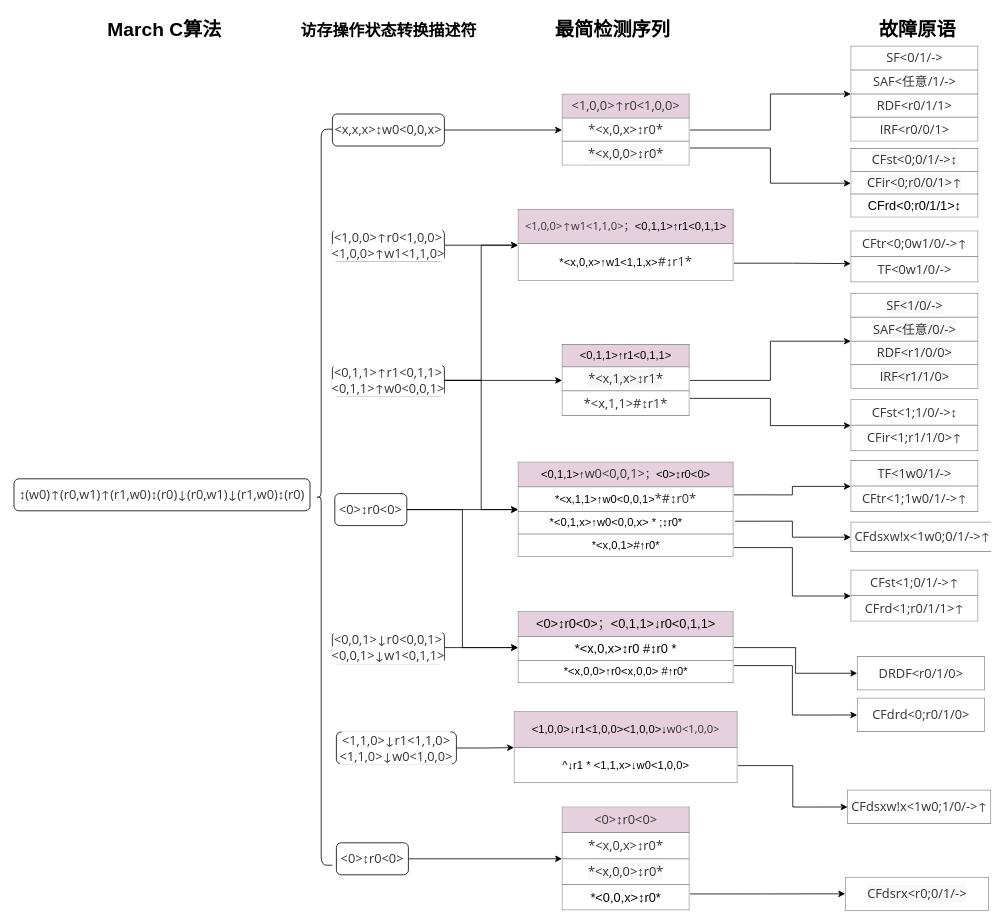
The draw.io diagram doc/march c检测故障.drawio in shanshan-lu/homwork, before the edit. Source tidied: cells renumbered, new cells numbered last; positions are measured from the earlier drawing's top-left corner, leaving out a move shared by most shapes. Both pictures are drawn from the tidied source at 80%, with x=0, y=0 at pixel (14, 14).
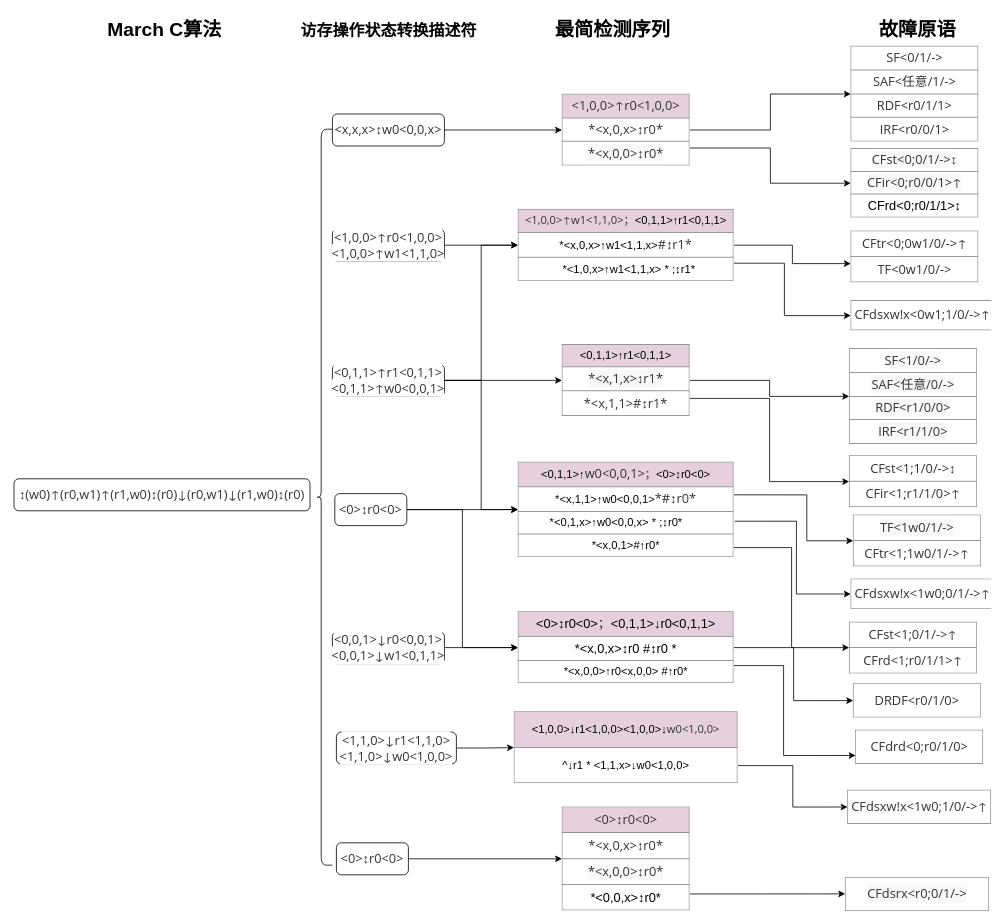
After the change.

Commit message (it also covers changes not shown here):
更新march c检测故障.drawio

Unchanged cells that the change refers to:
```xml
<mxCell id="15" value="&lt;table border=&quot;1&quot; width=&quot;100%&quot; height=&quot;100%&quot; cellpadding=&quot;4&quot; style=&quot;width: 100%; height: 100%; border-collapse: collapse; font-size: 14px;&quot;&gt;&lt;tbody&gt;&lt;tr&gt;&lt;th style=&quot;background-color: rgb(230, 208, 222);&quot; align=&quot;center&quot;&gt;&lt;font style=&quot;font-size: 14px;&quot;&gt;&lt;span style=&quot;font-weight: normal;&quot;&gt;&amp;lt;0,1,1&amp;gt;↑&lt;span style=&quot;color: rgb(51, 51, 51); font-family: &amp;quot;Open Sans&amp;quot;, &amp;quot;Clear Sans&amp;quot;, &amp;quot;Helvetica Neue&amp;quot;, Helvetica, Arial, sans-serif; font-size: 16px; orphans: 4; text-align: left;&quot;&gt;w0&amp;lt;0,0,1&amp;gt;&lt;/span&gt;&lt;/span&gt;&lt;span style=&quot;font-weight: 400; color: rgb(51, 51, 51); font-family: &amp;quot;Open Sans&amp;quot;, &amp;quot;Clear Sans&amp;quot;, &amp;quot;Helvetica Neue&amp;quot;, Helvetica, Arial, sans-serif; orphans: 4; text-align: left;&quot;&gt;；&lt;/span&gt;&lt;/font&gt;&lt;span style=&quot;font-weight: normal;&quot;&gt;&amp;lt;0&amp;gt;↕r0&amp;lt;0&amp;gt;&lt;/span&gt;&lt;br&gt;&lt;/th&gt;&lt;/tr&gt;&lt;tr&gt;&lt;td align=&quot;center&quot;&gt;*&amp;lt;x,1,1&amp;gt;↑w0&amp;lt;0,0,1&amp;gt;&lt;span style=&quot;box-sizing: border-box; color: rgb(51, 51, 51); font-family: &amp;quot;Open Sans&amp;quot;, &amp;quot;Clear Sans&amp;quot;, &amp;quot;Helvetica Neue&amp;quot;, Helvetica, Arial, sans-serif; font-size: 16px; text-align: left; background-color: rgb(255, 255, 255);&quot;&gt;*&lt;/span&gt;&lt;span style=&quot;box-sizing: border-box; color: rgb(51, 51, 51); font-family: &amp;quot;Open Sans&amp;quot;, &amp;quot;Clear Sans&amp;quot;, &amp;quot;Helvetica Neue&amp;quot;, Helvetica, Arial, sans-serif; font-size: 16px; text-align: left; background-color: rgb(255, 255, 255);&quot; class=&quot;md-plain&quot;&gt;#↕r0&lt;/span&gt;&lt;span style=&quot;box-sizing: border-box; color: rgb(51, 51, 51); font-family: &amp;quot;Open Sans&amp;quot;, &amp;quot;Clear Sans&amp;quot;, &amp;quot;Helvetica Neue&amp;quot;, Helvetica, Arial, sans-serif; font-size: 16px; text-align: left; background-color: rgb(255, 255, 255);&quot;&gt;*&lt;/span&gt;&lt;b&gt;&lt;br&gt;&lt;/b&gt;&lt;/td&gt;&lt;/tr&gt;&lt;tr&gt;&lt;td&gt;&amp;nbsp; &amp;nbsp; &amp;nbsp; &amp;nbsp; &amp;nbsp;*&amp;lt;0,1,x&amp;gt;↑w0&amp;lt;0,0,x&amp;gt; * ;↕r0*&lt;br&gt;&lt;/td&gt;&lt;/tr&gt;&lt;tr&gt;&lt;td style=&quot;text-align: center;&quot;&gt;*&amp;lt;x,0,1&amp;gt;#↑r0*&lt;br&gt;&lt;/td&gt;&lt;/tr&gt;&lt;/tbody&gt;&lt;/table&gt;" style="text;html=1;strokeColor=none;fillColor=none;overflow=fill;rounded=1;glass=0;arcSize=27;" parent="1" vertex="1">
  <mxGeometry x="630" y="560" width="270" height="119" as="geometry" />
</mxCell>
<mxCell id="18" value="&lt;table border=&quot;1&quot; width=&quot;100%&quot; height=&quot;100%&quot; cellpadding=&quot;4&quot; style=&quot;width: 100%; height: 100%; border-collapse: collapse; font-size: 14px;&quot;&gt;&lt;tbody&gt;&lt;tr style=&quot;font-size: 16px;&quot;&gt;&lt;th style=&quot;background-color: rgb(230, 208, 222);&quot; align=&quot;center&quot;&gt;&lt;span style=&quot;font-weight: normal;&quot;&gt;&lt;font style=&quot;font-size: 16px;&quot;&gt;&amp;lt;0&amp;gt;↕r0&amp;lt;0&amp;gt;&lt;span style=&quot;color: rgb(51, 51, 51); font-family: &amp;quot;Open Sans&amp;quot;, &amp;quot;Clear Sans&amp;quot;, &amp;quot;Helvetica Neue&amp;quot;, Helvetica, Arial, sans-serif; orphans: 4; text-align: left;&quot;&gt;；&lt;/span&gt;&lt;/font&gt;&amp;lt;0,1,1&amp;gt;↓r0&amp;lt;0,1,1&amp;gt;&lt;/span&gt;&lt;br&gt;&lt;/th&gt;&lt;/tr&gt;&lt;tr&gt;&lt;td align=&quot;center&quot;&gt;&lt;font style=&quot;font-size: 16px;&quot;&gt;*&amp;lt;x,0,x&amp;gt;↕r0 #↕r0 *&lt;/font&gt;&lt;br&gt;&lt;/td&gt;&lt;/tr&gt;&lt;tr&gt;&lt;td style=&quot;text-align: center;&quot;&gt;*&amp;lt;x,0,0&amp;gt;↑r0&amp;lt;x,0,0&amp;gt; #↑r0*&lt;br&gt;&lt;/td&gt;&lt;/tr&gt;&lt;/tbody&gt;&lt;/table&gt;" style="text;html=1;strokeColor=none;fillColor=none;overflow=fill;rounded=1;glass=0;arcSize=27;" parent="1" vertex="1">
  <mxGeometry x="630" y="747" width="270" height="90" as="geometry" />
</mxCell>
<mxCell id="45" value="&lt;table border=&quot;1&quot; width=&quot;100%&quot; height=&quot;100%&quot; cellpadding=&quot;4&quot; style=&quot;width: 100%; height: 100%; border-collapse: collapse; background-color: rgb(255, 255, 255);&quot;&gt;&lt;tbody&gt;&lt;tr&gt;&lt;th style=&quot;text-align: center;&quot;&gt;&lt;font face=&quot;Open Sans, Clear Sans, Helvetica Neue, Helvetica, Arial, sans-serif&quot; color=&quot;#333333&quot;&gt;&lt;span style=&quot;font-size: 16px; font-weight: 400;&quot;&gt;CFtr&amp;lt;0;0w1/0/-&amp;gt;↑&lt;/span&gt;&lt;/font&gt;&lt;br&gt;&lt;/th&gt;&lt;/tr&gt;&lt;tr&gt;&lt;td style=&quot;&quot; align=&quot;center&quot;&gt;&lt;span style=&quot;color: rgb(51, 51, 51); font-family: &amp;quot;Open Sans&amp;quot;, &amp;quot;Clear Sans&amp;quot;, &amp;quot;Helvetica Neue&amp;quot;, Helvetica, Arial, sans-serif; font-size: 16px; text-align: left;&quot;&gt;TF&amp;lt;0w1/0/-&amp;gt;&lt;/span&gt;&lt;br&gt;&lt;/td&gt;&lt;/tr&gt;&lt;/tbody&gt;&lt;/table&gt;" style="text;html=1;overflow=fill;rounded=1;glass=0;labelBackgroundColor=#E6D0DE;fontSize=14;" parent="1" vertex="1">
  <mxGeometry x="1046" y="271" width="160" height="65" as="geometry" />
</mxCell>
```

What changed in the source:
```diff
@@
-    <mxCell id="5" style="edgeStyle=orthogonalEdgeStyle;rounded=0;jettySize=auto;html=1;exitX=1;exitY=0.75;exitDx=0;exitDy=0;entryX=0;entryY=0.631;entryDx=0;entryDy=0;entryPerimeter=0;" parent="1" edge="1" source="6" target="45">
+    <mxCell id="5" style="edgeStyle=orthogonalEdgeStyle;rounded=0;jettySize=auto;html=1;exitX=1;exitY=0.5;exitDx=0;exitDy=0;entryX=0;entryY=0.631;entryDx=0;entryDy=0;entryPerimeter=0;" parent="1" edge="1" source="6" target="45">
       <mxGeometry relative="1" as="geometry" />
     </mxCell>
+    <mxCell id="56" style="edgeStyle=orthogonalEdgeStyle;rounded=0;jettySize=auto;html=1;exitX=1;exitY=0.75;exitDx=0;exitDy=0;entryX=0;entryY=0.5;entryDx=0;entryDy=0;" parent="1" edge="1" source="6" target="57">
+      <mxGeometry relative="1" as="geometry">
+        <Array as="points">
+          <mxPoint x="963" y="312" />
+          <mxPoint x="963" y="377" />
+        </Array>
+      </mxGeometry>
+    </mxCell>
-    <mxCell id="6" value="&lt;table border=&quot;1&quot; width=&quot;100%&quot; height=&quot;100%&quot; cellpadding=&quot;4&quot; style=&quot;width: 100%; height: 100%; border-collapse: collapse; font-size: 14px;&quot;&gt;&lt;tbody&gt;&lt;tr&gt;&lt;th style=&quot;background-color: rgb(230, 208, 222);&quot; align=&quot;center&quot;&gt;&lt;font style=&quot;font-size: 14px;&quot;&gt;&lt;span style=&quot;font-weight: 400; color: rgb(51, 51, 51); font-family: &amp;quot;Open Sans&amp;quot;, &amp;quot;Clear Sans&amp;quot;, &amp;quot;Helvetica Neue&amp;quot;, Helvetica, Arial, sans-serif; orphans: 4; text-align: left;&quot;&gt;&amp;lt;1,0,0&amp;gt;↑&lt;/span&gt;&lt;span style=&quot;font-weight: 400; color: rgb(51, 51, 51); font-family: &amp;quot;Open Sans&amp;quot;, &amp;quot;Clear Sans&amp;quot;, &amp;quot;Helvetica Neue&amp;quot;, Helvetica, Arial, sans-serif; orphans: 4; text-align: left;&quot;&gt;w1&amp;lt;1,1,0&amp;gt;；&lt;/span&gt;&lt;span style=&quot;font-weight: normal;&quot;&gt;&amp;lt;0,1,1&amp;gt;↑r1&amp;lt;0,1,1&amp;gt;&lt;/span&gt;&lt;/font&gt;&lt;br&gt;&lt;/th&gt;&lt;/tr&gt;&lt;tr&gt;&lt;td align=&quot;center&quot;&gt;*&amp;lt;x,0,x&amp;gt;↑w1&amp;lt;1,1,x&amp;gt;&lt;span style=&quot;box-sizing: border-box; color: rgb(51, 51, 51); font-family: &amp;quot;Open Sans&amp;quot;, &amp;quot;Clear Sans&amp;quot;, &amp;quot;Helvetica Neue&amp;quot;, Helvetica, Arial, sans-serif; font-size: 16px; text-align: left; background-color: rgb(255, 255, 255);&quot; class=&quot;md-plain&quot;&gt;#↕r1&lt;/span&gt;&lt;span style=&quot;box-sizing: border-box; color: rgb(51, 51, 51); font-family: &amp;quot;Open Sans&amp;quot;, &amp;quot;Clear Sans&amp;quot;, &amp;quot;Helvetica Neue&amp;quot;, Helvetica, Arial, sans-serif; font-size: 16px; text-align: left; background-color: rgb(255, 255, 255);&quot; class=&quot;&quot;&gt;*&lt;/span&gt;&lt;b&gt;&lt;br&gt;&lt;/b&gt;&lt;/td&gt;&lt;/tr&gt;&lt;/tbody&gt;&lt;/table&gt;" style="text;html=1;strokeColor=none;fillColor=none;overflow=fill;rounded=1;glass=0;arcSize=27;" parent="1" vertex="1">
+    <mxCell id="6" value="&lt;table border=&quot;1&quot; width=&quot;100%&quot; height=&quot;100%&quot; cellpadding=&quot;4&quot; style=&quot;width: 100%; height: 100%; border-collapse: collapse; font-size: 14px;&quot;&gt;&lt;tbody&gt;&lt;tr&gt;&lt;th style=&quot;background-color: rgb(230, 208, 222);&quot; align=&quot;center&quot;&gt;&lt;font style=&quot;font-size: 14px;&quot;&gt;&lt;span style=&quot;font-weight: 400; color: rgb(51, 51, 51); font-family: &amp;quot;Open Sans&amp;quot;, &amp;quot;Clear Sans&amp;quot;, &amp;quot;Helvetica Neue&amp;quot;, Helvetica, Arial, sans-serif; orphans: 4; text-align: left;&quot;&gt;&amp;lt;1,0,0&amp;gt;↑&lt;/span&gt;&lt;span style=&quot;font-weight: 400; color: rgb(51, 51, 51); font-family: &amp;quot;Open Sans&amp;quot;, &amp;quot;Clear Sans&amp;quot;, &amp;quot;Helvetica Neue&amp;quot;, Helvetica, Arial, sans-serif; orphans: 4; text-align: left;&quot;&gt;w1&amp;lt;1,1,0&amp;gt;；&lt;/span&gt;&lt;span style=&quot;font-weight: normal;&quot;&gt;&amp;lt;0,1,1&amp;gt;↑r1&amp;lt;0,1,1&amp;gt;&lt;/span&gt;&lt;/font&gt;&lt;br&gt;&lt;/th&gt;&lt;/tr&gt;&lt;tr&gt;&lt;td align=&quot;center&quot;&gt;*&amp;lt;x,0,x&amp;gt;↑w1&amp;lt;1,1,x&amp;gt;&lt;span style=&quot;box-sizing: border-box; color: rgb(51, 51, 51); font-family: &amp;quot;Open Sans&amp;quot;, &amp;quot;Clear Sans&amp;quot;, &amp;quot;Helvetica Neue&amp;quot;, Helvetica, Arial, sans-serif; font-size: 16px; text-align: left; background-color: rgb(255, 255, 255);&quot; class=&quot;md-plain&quot;&gt;#↕r1&lt;/span&gt;&lt;span style=&quot;box-sizing: border-box; color: rgb(51, 51, 51); font-family: &amp;quot;Open Sans&amp;quot;, &amp;quot;Clear Sans&amp;quot;, &amp;quot;Helvetica Neue&amp;quot;, Helvetica, Arial, sans-serif; font-size: 16px; text-align: left; background-color: rgb(255, 255, 255);&quot; class=&quot;&quot;&gt;*&lt;/span&gt;&lt;b&gt;&lt;br&gt;&lt;/b&gt;&lt;/td&gt;&lt;/tr&gt;&lt;tr&gt;&lt;td style=&quot;text-align: center;&quot;&gt;&amp;nbsp; *&amp;lt;1,0,x&amp;gt;↑w1&amp;lt;1,1,x&amp;gt; * ;↕r1*&lt;br&gt;&lt;/td&gt;&lt;/tr&gt;&lt;/tbody&gt;&lt;/table&gt;" style="text;html=1;strokeColor=none;fillColor=none;overflow=fill;rounded=1;glass=0;arcSize=27;" parent="1" vertex="1">
       <mxGeometry x="630" y="244" width="270" height="90" as="geometry" />
     </mxCell>
@@
     <mxCell id="12" style="edgeStyle=orthogonalEdgeStyle;rounded=0;jettySize=auto;html=1;exitX=1;exitY=0.345;exitDx=0;exitDy=0;entryX=0;entryY=0.5;entryDx=0;entryDy=0;exitPerimeter=0;" parent="1" edge="1" source="15" target="48">
-      <mxGeometry relative="1" as="geometry" />
+      <mxGeometry relative="1" as="geometry">
+        <Array as="points">
+          <mxPoint x="991" y="601" />
+          <mxPoint x="991" y="659" />
+        </Array>
+      </mxGeometry>
     </mxCell>
     <mxCell id="13" style="edgeStyle=orthogonalEdgeStyle;rounded=0;jettySize=auto;html=1;entryX=0;entryY=0.5;entryDx=0;entryDy=0;exitX=1.004;exitY=0.622;exitDx=0;exitDy=0;exitPerimeter=0;" parent="1" edge="1" source="15" target="53">
-      <mxGeometry relative="1" as="geometry" />
+      <mxGeometry relative="1" as="geometry">
+        <Array as="points">
+          <mxPoint x="978" y="634" />
+          <mxPoint x="978" y="725" />
+        </Array>
+      </mxGeometry>
     </mxCell>
@@
-    <mxCell id="17" style="edgeStyle=orthogonalEdgeStyle;rounded=0;jettySize=auto;html=1;exitX=1;exitY=0.75;exitDx=0;exitDy=0;entryX=0;entryY=0.5;entryDx=0;entryDy=0;" parent="1" edge="1" source="18" target="54">
+    <mxCell id="17" style="edgeStyle=orthogonalEdgeStyle;rounded=0;jettySize=auto;html=1;exitX=1;exitY=0.75;exitDx=0;exitDy=0;entryX=0;entryY=0.75;entryDx=0;entryDy=0;" parent="1" edge="1" source="18" target="54">
       <mxGeometry relative="1" as="geometry">
         <Array as="points">
-          <mxPoint x="973" y="815" />
-          <mxPoint x="973" y="876" />
+          <mxPoint x="962" y="815" />
+          <mxPoint x="962" y="927" />
         </Array>
       </mxGeometry>
     </mxCell>
@@
     <mxCell id="46" value="&lt;table border=&quot;1&quot; width=&quot;100%&quot; height=&quot;100%&quot; cellpadding=&quot;4&quot; style=&quot;width: 100%; height: 100%; border-collapse: collapse; background-color: rgb(255, 255, 255);&quot;&gt;&lt;tbody&gt;&lt;tr&gt;&lt;th style=&quot;&quot; align=&quot;center&quot;&gt;&lt;span style=&quot;color: rgb(51, 51, 51); font-family: &amp;quot;Open Sans&amp;quot;, &amp;quot;Clear Sans&amp;quot;, &amp;quot;Helvetica Neue&amp;quot;, Helvetica, Arial, sans-serif; font-size: 16px; font-weight: 400; text-align: left; background-color: rgb(248, 248, 248);&quot;&gt;SF&amp;lt;1/0/-&amp;gt;&lt;/span&gt;&lt;br&gt;&lt;/th&gt;&lt;/tr&gt;&lt;tr&gt;&lt;td style=&quot;&quot; align=&quot;center&quot;&gt;&lt;span style=&quot;color: rgb(51, 51, 51); font-family: &amp;quot;Open Sans&amp;quot;, &amp;quot;Clear Sans&amp;quot;, &amp;quot;Helvetica Neue&amp;quot;, Helvetica, Arial, sans-serif; font-size: 16px; text-align: left; background-color: rgb(248, 248, 248);&quot;&gt;SAF&amp;lt;任意/0/-&amp;gt;&lt;/span&gt;&lt;br&gt;&lt;/td&gt;&lt;/tr&gt;&lt;tr&gt;&lt;td style=&quot;&quot; align=&quot;center&quot;&gt;&lt;span style=&quot;color: rgb(51, 51, 51); font-family: &amp;quot;Open Sans&amp;quot;, &amp;quot;Clear Sans&amp;quot;, &amp;quot;Helvetica Neue&amp;quot;, Helvetica, Arial, sans-serif; font-size: 16px; text-align: left; background-color: rgb(248, 248, 248);&quot;&gt;RDF&amp;lt;r1/0/0&amp;gt;&lt;/span&gt;&lt;br&gt;&lt;/td&gt;&lt;/tr&gt;&lt;tr&gt;&lt;td style=&quot;text-align: center;&quot;&gt;&lt;span style=&quot;color: rgb(51, 51, 51); font-family: &amp;quot;Open Sans&amp;quot;, &amp;quot;Clear Sans&amp;quot;, &amp;quot;Helvetica Neue&amp;quot;, Helvetica, Arial, sans-serif; font-size: 16px; text-align: left; background-color: rgb(248, 248, 248);&quot;&gt;IRF&amp;lt;r1/1/0&amp;gt;&lt;/span&gt;&lt;br&gt;&lt;/td&gt;&lt;/tr&gt;&lt;/tbody&gt;&lt;/table&gt;" style="text;html=1;overflow=fill;rounded=1;glass=0;labelBackgroundColor=#E6D0DE;fontSize=14;" parent="1" vertex="1">
-      <mxGeometry x="1046" y="349" width="160" height="120" as="geometry" />
+      <mxGeometry x="1044" y="418" width="160" height="120" as="geometry" />
     </mxCell>
     <mxCell id="47" value="&lt;table border=&quot;1&quot; width=&quot;100%&quot; height=&quot;100%&quot; cellpadding=&quot;4&quot; style=&quot;width: 100%; height: 100%; border-collapse: collapse; background-color: rgb(255, 255, 255);&quot;&gt;&lt;tbody&gt;&lt;tr&gt;&lt;th style=&quot;text-align: center;&quot;&gt;&lt;span style=&quot;color: rgb(51, 51, 51); font-family: &amp;quot;Open Sans&amp;quot;, &amp;quot;Clear Sans&amp;quot;, &amp;quot;Helvetica Neue&amp;quot;, Helvetica, Arial, sans-serif; font-size: 16px; font-weight: 400; text-align: left;&quot;&gt;CFst&amp;lt;1;1/0/-&amp;gt;↕&lt;/span&gt;&lt;br&gt;&lt;/th&gt;&lt;/tr&gt;&lt;tr&gt;&lt;td style=&quot;&quot; align=&quot;center&quot;&gt;&lt;span style=&quot;color: rgb(51, 51, 51); font-family: &amp;quot;Open Sans&amp;quot;, &amp;quot;Clear Sans&amp;quot;, &amp;quot;Helvetica Neue&amp;quot;, Helvetica, Arial, sans-serif; font-size: 16px; text-align: left;&quot;&gt;CFir&amp;lt;1;r1/1/0&amp;gt;↑&lt;/span&gt;&lt;br&gt;&lt;/td&gt;&lt;/tr&gt;&lt;/tbody&gt;&lt;/table&gt;" style="text;html=1;overflow=fill;rounded=1;glass=0;labelBackgroundColor=#E6D0DE;fontSize=14;" parent="1" vertex="1">
-      <mxGeometry x="1046" y="482" width="160" height="65" as="geometry" />
+      <mxGeometry x="1044" y="552" width="160" height="65" as="geometry" />
     </mxCell>
     <mxCell id="48" value="&lt;table border=&quot;1&quot; width=&quot;100%&quot; height=&quot;100%&quot; cellpadding=&quot;4&quot; style=&quot;width: 100%; height: 100%; border-collapse: collapse; background-color: rgb(255, 255, 255);&quot;&gt;&lt;tbody&gt;&lt;tr&gt;&lt;th style=&quot;text-align: center;&quot;&gt;&lt;span style=&quot;color: rgb(51, 51, 51); font-family: &amp;quot;Open Sans&amp;quot;, &amp;quot;Clear Sans&amp;quot;, &amp;quot;Helvetica Neue&amp;quot;, Helvetica, Arial, sans-serif; font-size: 16px; font-weight: 400; text-align: left; background-color: rgb(248, 248, 248);&quot;&gt;TF&amp;lt;1w0/1/-&amp;gt;&lt;/span&gt;&lt;br&gt;&lt;/th&gt;&lt;/tr&gt;&lt;tr&gt;&lt;td style=&quot;&quot; align=&quot;center&quot;&gt;&lt;span style=&quot;color: rgb(51, 51, 51); font-family: &amp;quot;Open Sans&amp;quot;, &amp;quot;Clear Sans&amp;quot;, &amp;quot;Helvetica Neue&amp;quot;, Helvetica, Arial, sans-serif; font-size: 16px; text-align: left;&quot;&gt;CFtr&amp;lt;1;1w0/1/-&amp;gt;↑&lt;/span&gt;&lt;br&gt;&lt;/td&gt;&lt;/tr&gt;&lt;/tbody&gt;&lt;/table&gt;" style="text;html=1;overflow=fill;rounded=1;glass=0;labelBackgroundColor=#E6D0DE;fontSize=14;" parent="1" vertex="1">
-      <mxGeometry x="1046" y="558" width="160" height="65" as="geometry" />
+      <mxGeometry x="1049" y="626" width="160" height="65" as="geometry" />
     </mxCell>
     <mxCell id="49" value="&lt;table border=&quot;1&quot; width=&quot;100%&quot; height=&quot;100%&quot; cellpadding=&quot;4&quot; style=&quot;width: 100%; height: 100%; border-collapse: collapse; background-color: rgb(255, 255, 255);&quot;&gt;&lt;tbody&gt;&lt;tr&gt;&lt;th style=&quot;text-align: center;&quot;&gt;&lt;span style=&quot;color: rgb(51, 51, 51); font-family: &amp;quot;Open Sans&amp;quot;, &amp;quot;Clear Sans&amp;quot;, &amp;quot;Helvetica Neue&amp;quot;, Helvetica, Arial, sans-serif; font-size: 16px; font-weight: 400; text-align: left;&quot;&gt;CFst&amp;lt;1;0/1/-&amp;gt;↑&lt;/span&gt;&lt;br&gt;&lt;/th&gt;&lt;/tr&gt;&lt;tr&gt;&lt;td style=&quot;&quot; align=&quot;center&quot;&gt;&lt;span style=&quot;color: rgb(51, 51, 51); font-family: &amp;quot;Open Sans&amp;quot;, &amp;quot;Clear Sans&amp;quot;, &amp;quot;Helvetica Neue&amp;quot;, Helvetica, Arial, sans-serif; font-size: 16px; text-align: left;&quot;&gt;CFrd&amp;lt;1;r0/1/1&amp;gt;↑&lt;/span&gt;&lt;br&gt;&lt;/td&gt;&lt;/tr&gt;&lt;/tbody&gt;&lt;/table&gt;" style="text;html=1;overflow=fill;rounded=1;glass=0;labelBackgroundColor=#E6D0DE;fontSize=14;" parent="1" vertex="1">
-      <mxGeometry x="1046" y="695" width="160" height="65" as="geometry" />
+      <mxGeometry x="1044" y="759.5" width="160" height="65" as="geometry" />
     </mxCell>
     <mxCell id="50" value="&lt;table border=&quot;1&quot; width=&quot;100%&quot; height=&quot;100%&quot; cellpadding=&quot;4&quot; style=&quot;width: 100%; height: 100%; border-collapse: collapse; background-color: rgb(255, 255, 255);&quot;&gt;&lt;tbody&gt;&lt;tr&gt;&lt;th style=&quot;text-align: center;&quot;&gt;&lt;span style=&quot;color: rgb(51, 51, 51); font-family: &amp;quot;Open Sans&amp;quot;, &amp;quot;Clear Sans&amp;quot;, &amp;quot;Helvetica Neue&amp;quot;, Helvetica, Arial, sans-serif; font-size: 16px; font-weight: 400; text-align: left;&quot;&gt;DRDF&amp;lt;r0/1/0&amp;gt;&lt;/span&gt;&lt;br&gt;&lt;/th&gt;&lt;/tr&gt;&lt;/tbody&gt;&lt;/table&gt;" style="text;html=1;overflow=fill;rounded=1;glass=0;labelBackgroundColor=#E6D0DE;fontSize=14;" parent="1" vertex="1">
-      <mxGeometry x="1054" y="802.8" width="160" height="42.5" as="geometry" />
+      <mxGeometry x="1049" y="837" width="160" height="42.5" as="geometry" />
     </mxCell>
@@
     <mxCell id="53" value="&lt;table border=&quot;1&quot; width=&quot;100%&quot; height=&quot;100%&quot; cellpadding=&quot;4&quot; style=&quot;width: 100%; height: 100%; border-collapse: collapse; background-color: rgb(255, 255, 255);&quot;&gt;&lt;tbody&gt;&lt;tr&gt;&lt;th style=&quot;text-align: center;&quot;&gt;&lt;span style=&quot;color: rgb(51, 51, 51); font-family: &amp;quot;Open Sans&amp;quot;, &amp;quot;Clear Sans&amp;quot;, &amp;quot;Helvetica Neue&amp;quot;, Helvetica, Arial, sans-serif; font-size: 16px; font-weight: 400; text-align: left;&quot;&gt;CFdsxw!x&lt;/span&gt;&lt;font face=&quot;Open Sans, Clear Sans, Helvetica Neue, Helvetica, Arial, sans-serif&quot; color=&quot;#333333&quot;&gt;&lt;span style=&quot;font-size: 16px; font-weight: 400;&quot;&gt;&amp;lt;1w0;0/1/-&amp;gt;↑&lt;/span&gt;&lt;/font&gt;&lt;br&gt;&lt;/th&gt;&lt;/tr&gt;&lt;/tbody&gt;&lt;/table&gt;" style="text;html=1;overflow=fill;rounded=1;glass=0;labelBackgroundColor=#E6D0DE;fontSize=14;" parent="1" vertex="1">
-      <mxGeometry x="1046" y="635" width="176" height="38" as="geometry" />
+      <mxGeometry x="1046" y="706" width="176" height="38" as="geometry" />
     </mxCell>
     <mxCell id="54" value="&lt;table border=&quot;1&quot; width=&quot;100%&quot; height=&quot;100%&quot; cellpadding=&quot;4&quot; style=&quot;width: 100%; height: 100%; border-collapse: collapse; background-color: rgb(255, 255, 255);&quot;&gt;&lt;tbody&gt;&lt;tr&gt;&lt;th style=&quot;text-align: center;&quot;&gt;&lt;span style=&quot;color: rgb(51, 51, 51); font-family: &amp;quot;Open Sans&amp;quot;, &amp;quot;Clear Sans&amp;quot;, &amp;quot;Helvetica Neue&amp;quot;, Helvetica, Arial, sans-serif; font-size: 16px; font-weight: 400; text-align: left;&quot;&gt;CFdrd&amp;lt;0;r0/1/0&amp;gt;&lt;/span&gt;&lt;br&gt;&lt;/th&gt;&lt;/tr&gt;&lt;/tbody&gt;&lt;/table&gt;" style="text;html=1;overflow=fill;rounded=1;glass=0;labelBackgroundColor=#E6D0DE;fontSize=14;" parent="1" vertex="1">
-      <mxGeometry x="1054" y="855" width="160" height="42.5" as="geometry" />
+      <mxGeometry x="1052" y="895" width="160" height="42.5" as="geometry" />
     </mxCell>
@@
+    <mxCell id="57" value="&lt;table border=&quot;1&quot; width=&quot;100%&quot; height=&quot;100%&quot; cellpadding=&quot;4&quot; style=&quot;width: 100%; height: 100%; border-collapse: collapse; background-color: rgb(255, 255, 255);&quot;&gt;&lt;tbody&gt;&lt;tr&gt;&lt;th style=&quot;text-align: center;&quot;&gt;&lt;span style=&quot;color: rgb(51, 51, 51); font-family: &amp;quot;Open Sans&amp;quot;, &amp;quot;Clear Sans&amp;quot;, &amp;quot;Helvetica Neue&amp;quot;, Helvetica, Arial, sans-serif; font-size: 16px; font-weight: 400; text-align: left;&quot;&gt;CFdsxw!x&lt;/span&gt;&lt;font face=&quot;Open Sans, Clear Sans, Helvetica Neue, Helvetica, Arial, sans-serif&quot; color=&quot;#333333&quot;&gt;&lt;span style=&quot;font-size: 16px; font-weight: 400;&quot;&gt;&amp;lt;0w1;1/0/-&amp;gt;↑&lt;/span&gt;&lt;/font&gt;&lt;br&gt;&lt;/th&gt;&lt;/tr&gt;&lt;/tbody&gt;&lt;/table&gt;" style="text;html=1;overflow=fill;rounded=1;glass=0;labelBackgroundColor=#E6D0DE;fontSize=14;" parent="1" vertex="1">
+      <mxGeometry x="1046" y="358" width="176" height="38" as="geometry" />
+    </mxCell>
```
